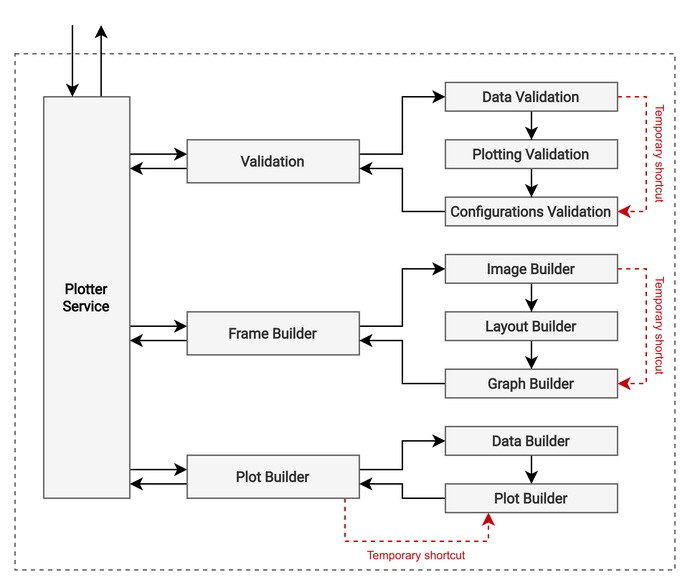
Above: docs/schemas/Architecture.Plotter.V1.0.png in easyg24/easyg_v0 (draw.io), before the change. Source tidied: cells renumbered, new cells last; positions are measured from the earlier drawing's top-left corner, leaving out a move shared by most shapes. The source it was exported from:
```xml
<mxGraphModel>
  <root>
    <mxCell id="0" />
    <mxCell id="1" parent="0" />
    <mxCell id="2" style="rounded=0;whiteSpace=wrap;html=1;dashed=1;fillColor=none;fontColor=#333333;strokeColor=#666666;" parent="1" vertex="1">
      <mxGeometry y="20" width="460" height="360" as="geometry" />
    </mxCell>
    <mxCell id="3" style="edgeStyle=orthogonalEdgeStyle;rounded=0;jettySize=auto;html=1;strokeColor=#000000;" parent="1" edge="1" source="7" target="10">
      <mxGeometry relative="1" as="geometry">
        <Array as="points">
          <mxPoint x="110" y="90" />
          <mxPoint x="110" y="90" />
        </Array>
      </mxGeometry>
    </mxCell>
    <mxCell id="4" style="edgeStyle=orthogonalEdgeStyle;rounded=0;jettySize=auto;html=1;strokeColor=#000000;" parent="1" edge="1" source="7" target="13">
      <mxGeometry relative="1" as="geometry">
        <Array as="points">
          <mxPoint x="110" y="210" />
          <mxPoint x="110" y="210" />
        </Array>
      </mxGeometry>
    </mxCell>
    <mxCell id="5" style="edgeStyle=orthogonalEdgeStyle;rounded=0;jettySize=auto;html=1;strokeColor=#000000;fontSize=8;fontColor=#CC0000;" parent="1" edge="1" source="7" target="17">
      <mxGeometry relative="1" as="geometry">
        <Array as="points">
          <mxPoint x="110" y="310" />
          <mxPoint x="110" y="310" />
        </Array>
      </mxGeometry>
    </mxCell>
    <mxCell id="6" style="edgeStyle=orthogonalEdgeStyle;rounded=0;jettySize=auto;html=1;strokeColor=#000000;fontSize=8;fontColor=#CC0000;" parent="1" edge="1" source="7">
      <mxGeometry relative="1" as="geometry">
        <mxPoint x="60" as="targetPoint" />
        <Array as="points">
          <mxPoint x="60" />
        </Array>
      </mxGeometry>
    </mxCell>
    <mxCell id="7" value="&lt;b style=&quot;font-size: 10px;&quot;&gt;Plotter&lt;br style=&quot;font-size: 10px;&quot;&gt;Service&lt;/b&gt;" style="rounded=0;whiteSpace=wrap;html=1;fillColor=#f5f5f5;strokeColor=#666666;fontFamily=Roboto;fontSource=https%3A%2F%2Ffonts.googleapis.com%2Fcss%3Ffamily%3DRoboto;fontSize=10;shadow=0;fontColor=default;" parent="1" vertex="1">
      <mxGeometry x="20" y="50" width="60" height="280" as="geometry" />
    </mxCell>
    <mxCell id="8" style="edgeStyle=orthogonalEdgeStyle;rounded=0;jettySize=auto;html=1;entryX=0;entryY=0.5;entryDx=0;entryDy=0;" parent="1" edge="1" source="10" target="24">
      <mxGeometry relative="1" as="geometry">
        <Array as="points">
          <mxPoint x="270" y="90" />
          <mxPoint x="270" y="50" />
        </Array>
      </mxGeometry>
    </mxCell>
    <mxCell id="9" style="edgeStyle=orthogonalEdgeStyle;rounded=0;jettySize=auto;html=1;strokeColor=#000000;" parent="1" edge="1" source="10" target="7">
      <mxGeometry relative="1" as="geometry">
        <Array as="points">
          <mxPoint x="90" y="100" />
          <mxPoint x="90" y="100" />
        </Array>
      </mxGeometry>
    </mxCell>
    <mxCell id="10" value="&lt;b style=&quot;font-size: 10px;&quot;&gt;Validation&lt;/b&gt;" style="rounded=0;whiteSpace=wrap;html=1;fillColor=#f5f5f5;strokeColor=#666666;fontFamily=Roboto;fontSource=https%3A%2F%2Ffonts.googleapis.com%2Fcss%3Ffamily%3DRoboto;fontSize=10;fontColor=#333333;" parent="1" vertex="1">
      <mxGeometry x="120" y="80" width="120" height="30" as="geometry" />
    </mxCell>
    <mxCell id="11" style="edgeStyle=orthogonalEdgeStyle;rounded=0;jettySize=auto;html=1;" parent="1" edge="1" source="13" target="29">
      <mxGeometry relative="1" as="geometry">
        <Array as="points">
          <mxPoint x="270" y="210" />
          <mxPoint x="270" y="170" />
        </Array>
      </mxGeometry>
    </mxCell>
    <mxCell id="12" style="edgeStyle=orthogonalEdgeStyle;rounded=0;jettySize=auto;html=1;strokeColor=#000000;" parent="1" edge="1" source="13" target="7">
      <mxGeometry relative="1" as="geometry">
        <Array as="points">
          <mxPoint x="100" y="220" />
          <mxPoint x="100" y="220" />
        </Array>
      </mxGeometry>
    </mxCell>
    <mxCell id="13" value="&lt;b style=&quot;font-size: 10px;&quot;&gt;Frame Builder&lt;/b&gt;" style="rounded=0;whiteSpace=wrap;html=1;fillColor=#f5f5f5;strokeColor=#666666;fontFamily=Roboto;fontSource=https%3A%2F%2Ffonts.googleapis.com%2Fcss%3Ffamily%3DRoboto;fontSize=10;fontColor=#333333;" parent="1" vertex="1">
      <mxGeometry x="120" y="200" width="120" height="30" as="geometry" />
    </mxCell>
    <mxCell id="14" style="edgeStyle=orthogonalEdgeStyle;rounded=0;jettySize=auto;html=1;strokeColor=#000000;fontSize=8;fontColor=#CC0000;" parent="1" edge="1" source="17" target="33">
      <mxGeometry relative="1" as="geometry">
        <Array as="points">
          <mxPoint x="270" y="310" />
          <mxPoint x="270" y="290" />
        </Array>
      </mxGeometry>
    </mxCell>
    <mxCell id="15" style="edgeStyle=orthogonalEdgeStyle;rounded=0;jettySize=auto;html=1;strokeColor=#CC0000;fontSize=8;fontColor=#CC0000;dashed=1;" parent="1" edge="1" source="17" target="35">
      <mxGeometry relative="1" as="geometry">
        <Array as="points">
          <mxPoint x="230" y="360" />
          <mxPoint x="330" y="360" />
        </Array>
      </mxGeometry>
    </mxCell>
    <mxCell id="16" style="edgeStyle=orthogonalEdgeStyle;rounded=0;jettySize=auto;html=1;strokeColor=#000000;fontSize=8;fontColor=#CC0000;" parent="1" edge="1" source="17" target="7">
      <mxGeometry relative="1" as="geometry">
        <Array as="points">
          <mxPoint x="110" y="320" />
          <mxPoint x="110" y="320" />
        </Array>
      </mxGeometry>
    </mxCell>
    <mxCell id="17" value="&lt;b style=&quot;font-size: 10px;&quot;&gt;Plot Builder&lt;/b&gt;" style="rounded=0;whiteSpace=wrap;html=1;fillColor=#f5f5f5;strokeColor=#666666;fontFamily=Roboto;fontSource=https%3A%2F%2Ffonts.googleapis.com%2Fcss%3Ffamily%3DRoboto;fontSize=10;fontColor=#333333;" parent="1" vertex="1">
      <mxGeometry x="120" y="300" width="120" height="30" as="geometry" />
    </mxCell>
    <mxCell id="18" style="edgeStyle=orthogonalEdgeStyle;rounded=0;jettySize=auto;html=1;" parent="1" edge="1" source="19" target="10">
      <mxGeometry relative="1" as="geometry">
        <Array as="points">
          <mxPoint x="270" y="130" />
          <mxPoint x="270" y="100" />
        </Array>
      </mxGeometry>
    </mxCell>
    <mxCell id="19" value="&lt;b style=&quot;font-size: 10px;&quot;&gt;Configurations Validation&lt;/b&gt;" style="rounded=0;whiteSpace=wrap;html=1;fillColor=#f5f5f5;strokeColor=#666666;fontFamily=Roboto;fontSource=https%3A%2F%2Ffonts.googleapis.com%2Fcss%3Ffamily%3DRoboto;fontSize=10;fontColor=#333333;" parent="1" vertex="1">
      <mxGeometry x="300" y="120" width="120" height="20" as="geometry" />
    </mxCell>
    <mxCell id="20" style="edgeStyle=orthogonalEdgeStyle;rounded=0;jettySize=auto;html=1;" parent="1" edge="1" source="21" target="19">
      <mxGeometry relative="1" as="geometry" />
    </mxCell>
    <mxCell id="21" value="&lt;b style=&quot;font-size: 10px;&quot;&gt;Plotting Validation&lt;/b&gt;" style="rounded=0;whiteSpace=wrap;html=1;fillColor=#f5f5f5;strokeColor=#666666;fontFamily=Roboto;fontSource=https%3A%2F%2Ffonts.googleapis.com%2Fcss%3Ffamily%3DRoboto;fontSize=10;fontColor=#333333;" parent="1" vertex="1">
      <mxGeometry x="300" y="80" width="120" height="20" as="geometry" />
    </mxCell>
    <mxCell id="22" style="edgeStyle=orthogonalEdgeStyle;rounded=0;jettySize=auto;html=1;" parent="1" edge="1" source="24" target="21">
      <mxGeometry relative="1" as="geometry" />
    </mxCell>
    <mxCell id="23" style="edgeStyle=orthogonalEdgeStyle;rounded=0;jettySize=auto;html=1;strokeColor=#CC0000;dashed=1;fillColor=#f8cecc;" parent="1" edge="1" source="24" target="19">
      <mxGeometry relative="1" as="geometry">
        <Array as="points">
          <mxPoint x="440" y="50" />
          <mxPoint x="440" y="130" />
        </Array>
      </mxGeometry>
    </mxCell>
    <mxCell id="24" value="&lt;b style=&quot;font-size: 10px;&quot;&gt;Data Validation&lt;/b&gt;" style="rounded=0;whiteSpace=wrap;html=1;fillColor=#f5f5f5;strokeColor=#666666;fontFamily=Roboto;fontSource=https%3A%2F%2Ffonts.googleapis.com%2Fcss%3Ffamily%3DRoboto;fontSize=10;fontColor=#333333;" parent="1" vertex="1">
      <mxGeometry x="300" y="40" width="120" height="20" as="geometry" />
    </mxCell>
    <mxCell id="25" style="edgeStyle=orthogonalEdgeStyle;rounded=0;jettySize=auto;html=1;" parent="1" edge="1" source="26" target="31">
      <mxGeometry relative="1" as="geometry" />
    </mxCell>
    <mxCell id="26" value="&lt;b style=&quot;font-size: 10px;&quot;&gt;Layout Builder&lt;/b&gt;" style="rounded=0;whiteSpace=wrap;html=1;fontFamily=Roboto;fontSource=https%3A%2F%2Ffonts.googleapis.com%2Fcss%3Ffamily%3DRoboto;fontSize=10;fillColor=#f5f5f5;fontColor=#333333;strokeColor=#666666;" parent="1" vertex="1">
      <mxGeometry x="300" y="200" width="120" height="20" as="geometry" />
    </mxCell>
    <mxCell id="27" style="edgeStyle=orthogonalEdgeStyle;rounded=0;jettySize=auto;html=1;entryX=0.5;entryY=0;entryDx=0;entryDy=0;" parent="1" edge="1" source="29" target="26">
      <mxGeometry relative="1" as="geometry" />
    </mxCell>
    <mxCell id="28" style="edgeStyle=orthogonalEdgeStyle;rounded=0;jettySize=auto;html=1;dashed=1;strokeColor=#CC0000;fillColor=#f8cecc;fontColor=#990000;" parent="1" edge="1" source="29" target="31">
      <mxGeometry relative="1" as="geometry">
        <Array as="points">
          <mxPoint x="440" y="170" />
          <mxPoint x="440" y="250" />
        </Array>
      </mxGeometry>
    </mxCell>
    <mxCell id="29" value="&lt;b style=&quot;font-size: 10px;&quot;&gt;Image Builder&lt;/b&gt;" style="rounded=0;whiteSpace=wrap;html=1;fillColor=#f5f5f5;strokeColor=#666666;fontFamily=Roboto;fontSource=https%3A%2F%2Ffonts.googleapis.com%2Fcss%3Ffamily%3DRoboto;fontSize=10;fontColor=#333333;" parent="1" vertex="1">
      <mxGeometry x="300" y="160" width="120" height="20" as="geometry" />
    </mxCell>
    <mxCell id="30" style="edgeStyle=orthogonalEdgeStyle;rounded=0;jettySize=auto;html=1;" parent="1" edge="1" source="31" target="13">
      <mxGeometry relative="1" as="geometry">
        <Array as="points">
          <mxPoint x="270" y="250" />
          <mxPoint x="270" y="220" />
        </Array>
      </mxGeometry>
    </mxCell>
    <mxCell id="31" value="&lt;b style=&quot;font-size: 10px;&quot;&gt;Graph Builder&lt;/b&gt;" style="rounded=0;whiteSpace=wrap;html=1;fillColor=#f5f5f5;strokeColor=#666666;fontFamily=Roboto;fontSource=https%3A%2F%2Ffonts.googleapis.com%2Fcss%3Ffamily%3DRoboto;fontSize=10;fontColor=#333333;" parent="1" vertex="1">
      <mxGeometry x="300" y="240" width="120" height="20" as="geometry" />
    </mxCell>
    <mxCell id="32" style="edgeStyle=orthogonalEdgeStyle;rounded=0;jettySize=auto;html=1;strokeColor=#000000;fontSize=8;fontColor=#CC0000;" parent="1" edge="1" source="33" target="35">
      <mxGeometry relative="1" as="geometry" />
    </mxCell>
    <mxCell id="33" value="&lt;b style=&quot;font-size: 10px;&quot;&gt;Data Builder&lt;/b&gt;" style="rounded=0;whiteSpace=wrap;html=1;fillColor=#f5f5f5;strokeColor=#666666;fontFamily=Roboto;fontSource=https%3A%2F%2Ffonts.googleapis.com%2Fcss%3Ffamily%3DRoboto;fontSize=10;fontColor=#333333;" parent="1" vertex="1">
      <mxGeometry x="300" y="280" width="120" height="20" as="geometry" />
    </mxCell>
    <mxCell id="34" style="edgeStyle=orthogonalEdgeStyle;rounded=0;jettySize=auto;html=1;strokeColor=#000000;fontSize=8;fontColor=#CC0000;" parent="1" edge="1" source="35" target="17">
      <mxGeometry relative="1" as="geometry">
        <Array as="points">
          <mxPoint x="270" y="330" />
          <mxPoint x="270" y="320" />
        </Array>
      </mxGeometry>
    </mxCell>
    <mxCell id="35" value="&lt;b style=&quot;font-size: 10px;&quot;&gt;Plot Builder&lt;/b&gt;" style="rounded=0;whiteSpace=wrap;html=1;fillColor=#f5f5f5;strokeColor=#666666;fontFamily=Roboto;fontSource=https%3A%2F%2Ffonts.googleapis.com%2Fcss%3Ffamily%3DRoboto;fontSize=10;fontColor=#333333;" parent="1" vertex="1">
      <mxGeometry x="300" y="320" width="120" height="20" as="geometry" />
    </mxCell>
    <mxCell id="36" value="Temporary shortcut" style="text;html=1;strokeColor=none;fillColor=none;align=center;verticalAlign=middle;whiteSpace=wrap;rounded=0;horizontal=0;rotation=-180;fontSize=8;fontColor=#CC0000;" parent="1" vertex="1">
      <mxGeometry x="440" y="170" width="20" height="80" as="geometry" />
    </mxCell>
    <mxCell id="37" value="Temporary shortcut" style="text;html=1;strokeColor=none;fillColor=none;align=center;verticalAlign=middle;whiteSpace=wrap;rounded=0;horizontal=0;rotation=-180;fontSize=8;fontColor=#CC0000;" parent="1" vertex="1">
      <mxGeometry x="440" y="50" width="20" height="80" as="geometry" />
    </mxCell>
    <mxCell id="38" style="edgeStyle=orthogonalEdgeStyle;rounded=0;jettySize=auto;html=1;strokeColor=#000000;fontSize=8;fontColor=#CC0000;" parent="1" edge="1" target="7">
      <mxGeometry relative="1" as="geometry">
        <mxPoint x="40" as="sourcePoint" />
        <Array as="points">
          <mxPoint x="40" y="30" />
          <mxPoint x="40" y="30" />
        </Array>
      </mxGeometry>
    </mxCell>
    <mxCell id="39" value="Temporary shortcut" style="text;html=1;strokeColor=none;fillColor=none;align=center;verticalAlign=middle;whiteSpace=wrap;rounded=0;horizontal=1;rotation=0;fontSize=8;fontColor=#CC0000;" parent="1" vertex="1">
      <mxGeometry x="230" y="360" width="100" height="20" as="geometry" />
    </mxCell>
  </root>
</mxGraphModel>
```
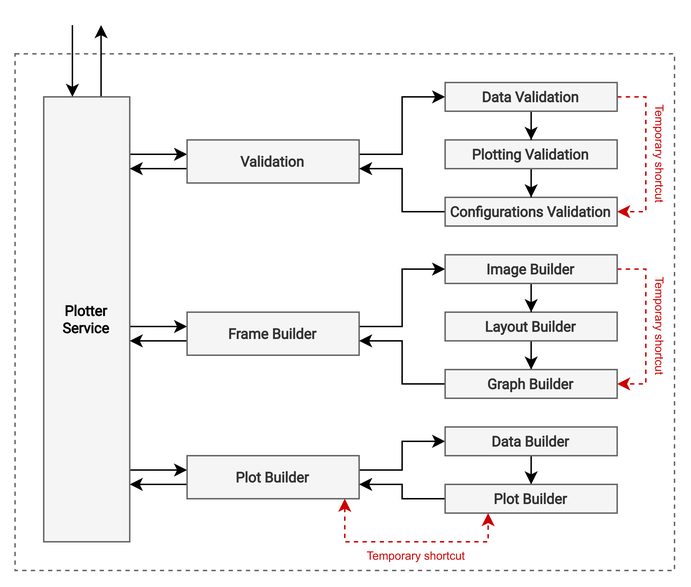
After the change.

Commit message:
Updated plotter architecture

The edit, as a diff of the source:
```diff
@@ -38,7 +38,7 @@
       </mxGeometry>
     </mxCell>
     <mxCell id="7" value="&lt;b style=&quot;font-size: 10px;&quot;&gt;Plotter&lt;br style=&quot;font-size: 10px;&quot;&gt;Service&lt;/b&gt;" style="rounded=0;whiteSpace=wrap;html=1;fillColor=#f5f5f5;strokeColor=#666666;fontFamily=Roboto;fontSource=https%3A%2F%2Ffonts.googleapis.com%2Fcss%3Ffamily%3DRoboto;fontSize=10;shadow=0;fontColor=default;" parent="1" vertex="1">
-      <mxGeometry x="20" y="50" width="60" height="280" as="geometry" />
+      <mxGeometry x="20" y="50" width="60" height="310" as="geometry" />
     </mxCell>
     <mxCell id="8" style="edgeStyle=orthogonalEdgeStyle;rounded=0;jettySize=auto;html=1;entryX=0;entryY=0.5;entryDx=0;entryDy=0;" parent="1" edge="1" source="10" target="24">
       <mxGeometry relative="1" as="geometry">
@@ -86,7 +86,7 @@
         </Array>
       </mxGeometry>
     </mxCell>
-    <mxCell id="15" style="edgeStyle=orthogonalEdgeStyle;rounded=0;jettySize=auto;html=1;strokeColor=#CC0000;fontSize=8;fontColor=#CC0000;dashed=1;" parent="1" edge="1" source="17" target="35">
+    <mxCell id="15" style="edgeStyle=orthogonalEdgeStyle;rounded=0;jettySize=auto;html=1;strokeColor=#CC0000;fontSize=8;fontColor=#CC0000;dashed=1;startArrow=classic;startFill=1;" parent="1" edge="1" source="17" target="35">
       <mxGeometry relative="1" as="geometry">
         <Array as="points">
           <mxPoint x="230" y="360" />
```
